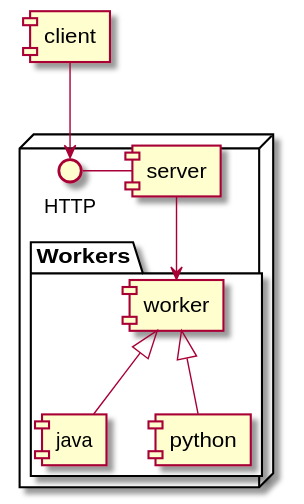
Above: doc/dia/sample.svg in bjsvwcur/components (PlantUML), before the change. The source it was exported from:
```plantuml
@startuml
[client] as c

node {

package "Workers" {
  [worker] as w
  [java] as j
  [python] as p

  w <|-- j
  w <|-- p
}

[server] as s
() HTTP as si
si -right- s
}

c --> si
s --> w
@enduml
```
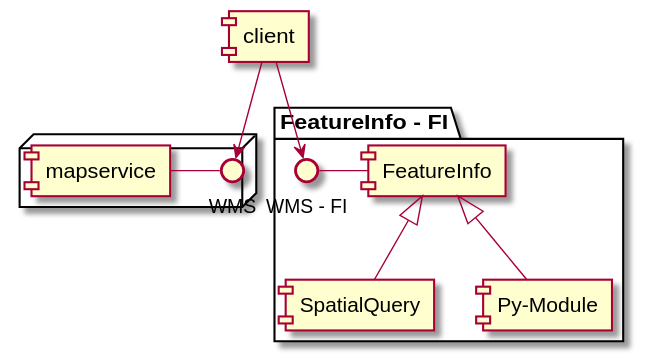
The same diagram one commit later.

The edit, as a diff of the source:
```diff
@@ -2,21 +2,22 @@
 [client] as c
 
 node {
-
-package "Workers" {
-  [worker] as w
-  [java] as j
-  [python] as p
-
-  w <|-- j
-  w <|-- p
+[mapservice] as s
+() WMS as si
+s -right- si
 }
 
-[server] as s
-() HTTP as si
-si -right- s
+package "FeatureInfo - FI" {
+  [FeatureInfo] as fi
+  [SpatialQuery] as sq
+  [Py-Module] as m
+  () "WMS - FI" as fii
+  fii -right- fi
+
+  fi <|-- sq
+  fi <|-- m
 }
 
 c --> si
-s --> w
+c --> fii
 @enduml
```
